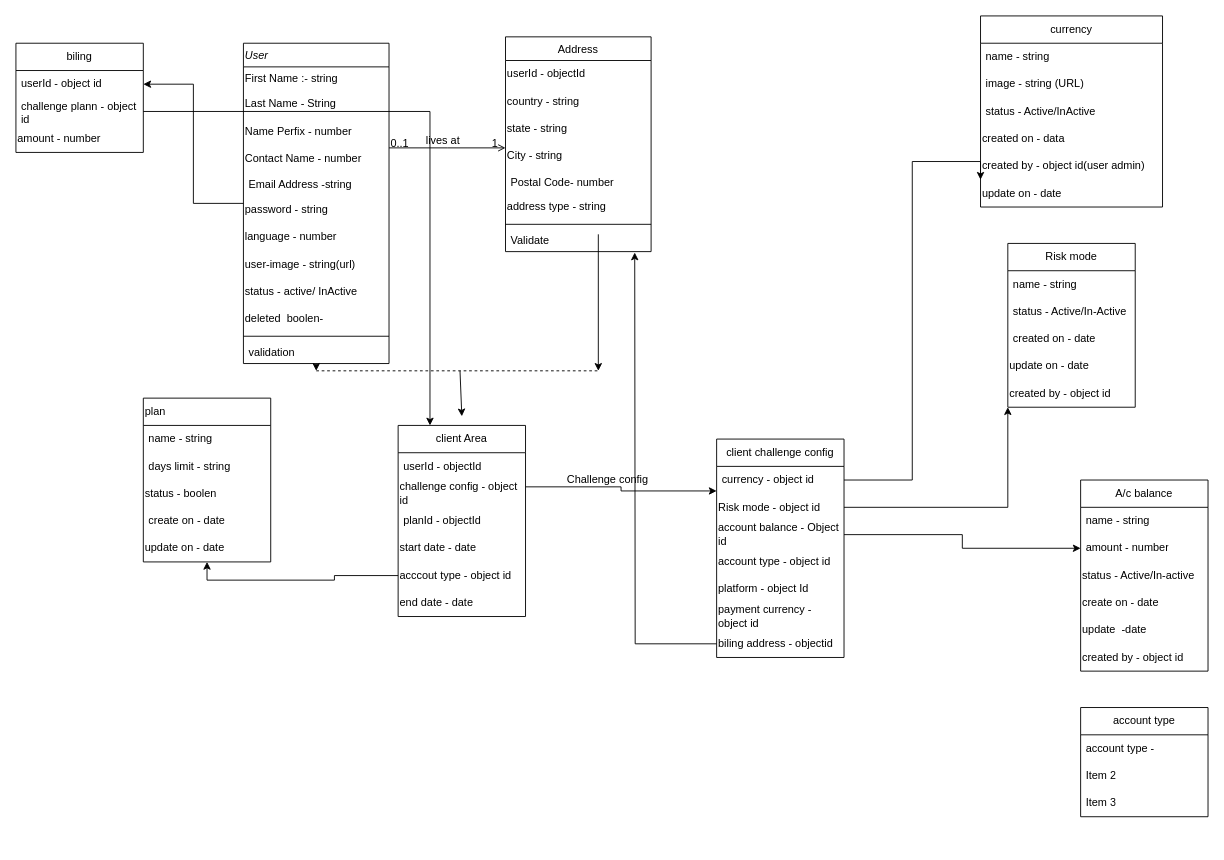
Above: Untitled Diagram.drawio in ankurram/testing1 (draw.io), before the change. Source tidied: cells renumbered, new cells numbered last; positions are measured from the earlier drawing's top-left corner, leaving out a move shared by most shapes. Both pictures are drawn from the tidied source at 91%, with x=0, y=0 at pixel (15, 15).
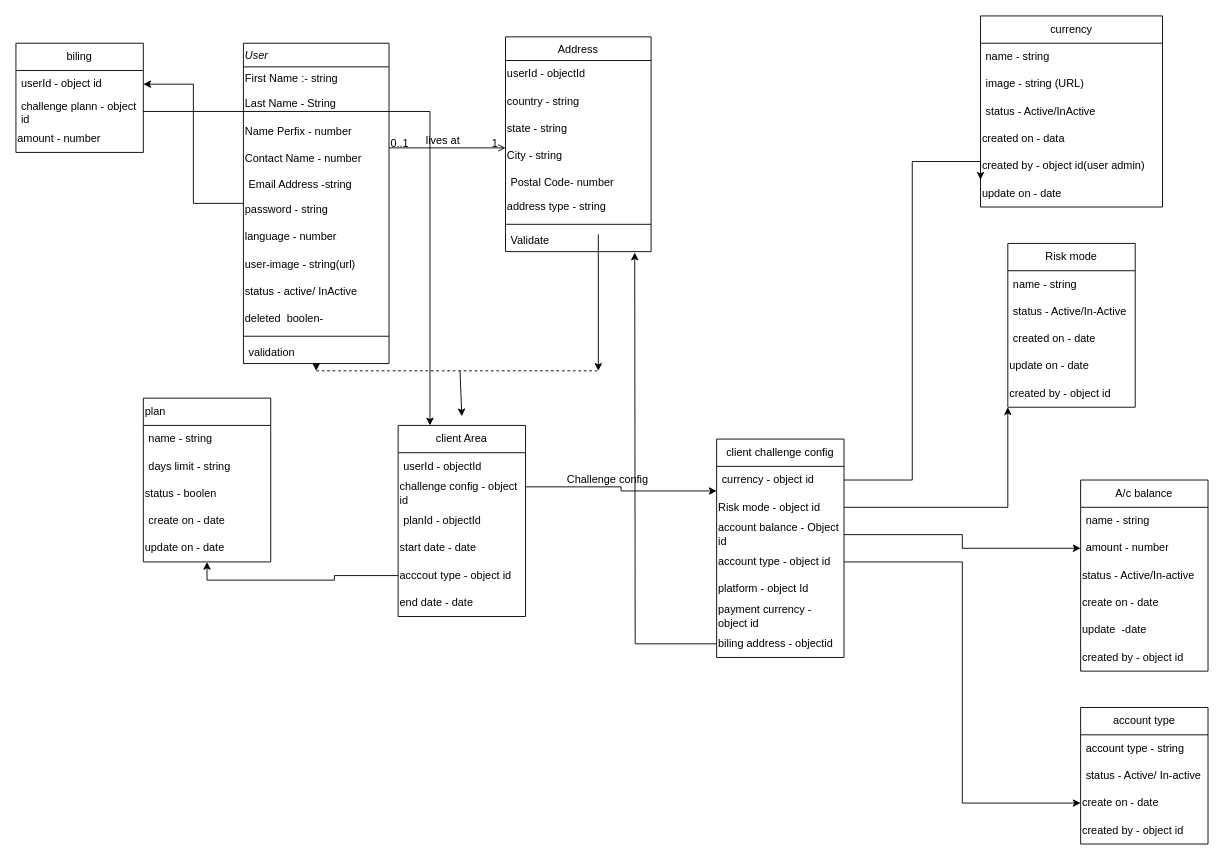
Above is the later version.

Commit message:
DFD for forex

The change refers to these unchanged cells:
```xml
<mxCell id="46" value="account type - object id" style="text;html=1;strokeColor=none;fillColor=none;align=left;verticalAlign=middle;whiteSpace=wrap;rounded=0;" parent="42" vertex="1">
  <mxGeometry y="120" width="140" height="30" as="geometry" />
</mxCell>
```

Diff of the diagram source:
```diff
@@
     <mxCell id="86" value="account type" style="swimlane;fontStyle=0;horizontal=1;startSize=30;whiteSpace=wrap;html=1;labelBackgroundColor=none;labelBorderColor=none;" parent="1" vertex="1">
-      <mxGeometry x="1170" y="760" width="140" height="120" as="geometry" />
+      <mxGeometry x="1170" y="760" width="140" height="150" as="geometry" />
     </mxCell>
-    <mxCell id="87" value="account type - " style="text;strokeColor=none;fillColor=none;align=left;verticalAlign=middle;spacingLeft=4;spacingRight=4;overflow=hidden;whiteSpace=wrap;html=1;labelBackgroundColor=none;labelBorderColor=none;" parent="86" vertex="1">
+    <mxCell id="87" value="account type - string" style="text;strokeColor=none;fillColor=none;align=left;verticalAlign=middle;spacingLeft=4;spacingRight=4;overflow=hidden;whiteSpace=wrap;html=1;labelBackgroundColor=none;labelBorderColor=none;" parent="86" vertex="1">
       <mxGeometry y="30" width="140" height="30" as="geometry" />
     </mxCell>
-    <mxCell id="88" value="Item 2" style="text;strokeColor=none;fillColor=none;align=left;verticalAlign=middle;spacingLeft=4;spacingRight=4;overflow=hidden;whiteSpace=wrap;html=1;labelBackgroundColor=none;labelBorderColor=none;" parent="86" vertex="1">
-      <mxGeometry y="60" width="140" height="30" as="geometry" />
-    </mxCell>
-    <mxCell id="89" value="Item 3" style="text;strokeColor=none;fillColor=none;align=left;verticalAlign=middle;spacingLeft=4;spacingRight=4;overflow=hidden;whiteSpace=wrap;html=1;labelBackgroundColor=none;labelBorderColor=none;" parent="86" vertex="1">
-      <mxGeometry y="90" width="140" height="30" as="geometry" />
+    <mxCell id="89" value="status - Active/ In-active" style="text;strokeColor=none;fillColor=none;align=left;verticalAlign=middle;spacingLeft=4;spacingRight=4;overflow=hidden;whiteSpace=wrap;html=1;labelBackgroundColor=none;labelBorderColor=none;" parent="86" vertex="1">
+      <mxGeometry y="60" width="140" height="30" as="geometry" />
     </mxCell>
+    <mxCell id="90" value="create on - date" style="text;html=1;strokeColor=none;fillColor=none;align=left;verticalAlign=middle;whiteSpace=wrap;rounded=0;" parent="86" vertex="1">
+      <mxGeometry y="90" width="140" height="30" as="geometry" />
+    </mxCell>
+    <mxCell id="91" value="created by - object id" style="text;html=1;strokeColor=none;fillColor=none;align=left;verticalAlign=middle;whiteSpace=wrap;rounded=0;" parent="86" vertex="1">
+      <mxGeometry y="120" width="140" height="30" as="geometry" />
+    </mxCell>
+    <mxCell id="92" style="edgeStyle=orthogonalEdgeStyle;rounded=0;jettySize=auto;html=1;entryX=0;entryY=0.5;entryDx=0;entryDy=0;" parent="1" edge="1" source="46" target="90">
+      <mxGeometry relative="1" as="geometry" />
+    </mxCell>
```
